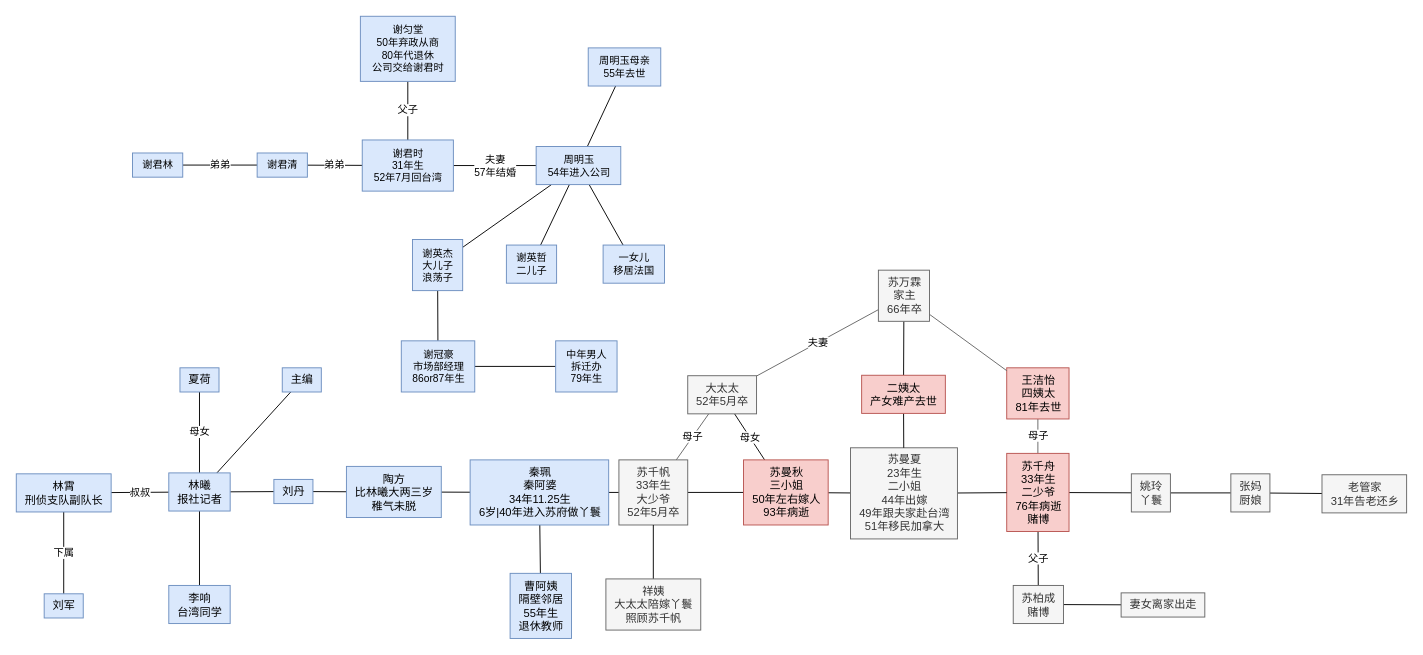
The draw.io diagram page "来易来，去难去" (13 of 13) of 剧本杀人物关系【总图】.drawio in luboq/draw.io, before the edit. Source tidied: cells renumbered, new cells numbered last; positions are measured from the earlier drawing's top-left corner, leaving out a move shared by most shapes. Both pictures are drawn from the tidied source at 93%, with x=0, y=0 at pixel (16, 16).
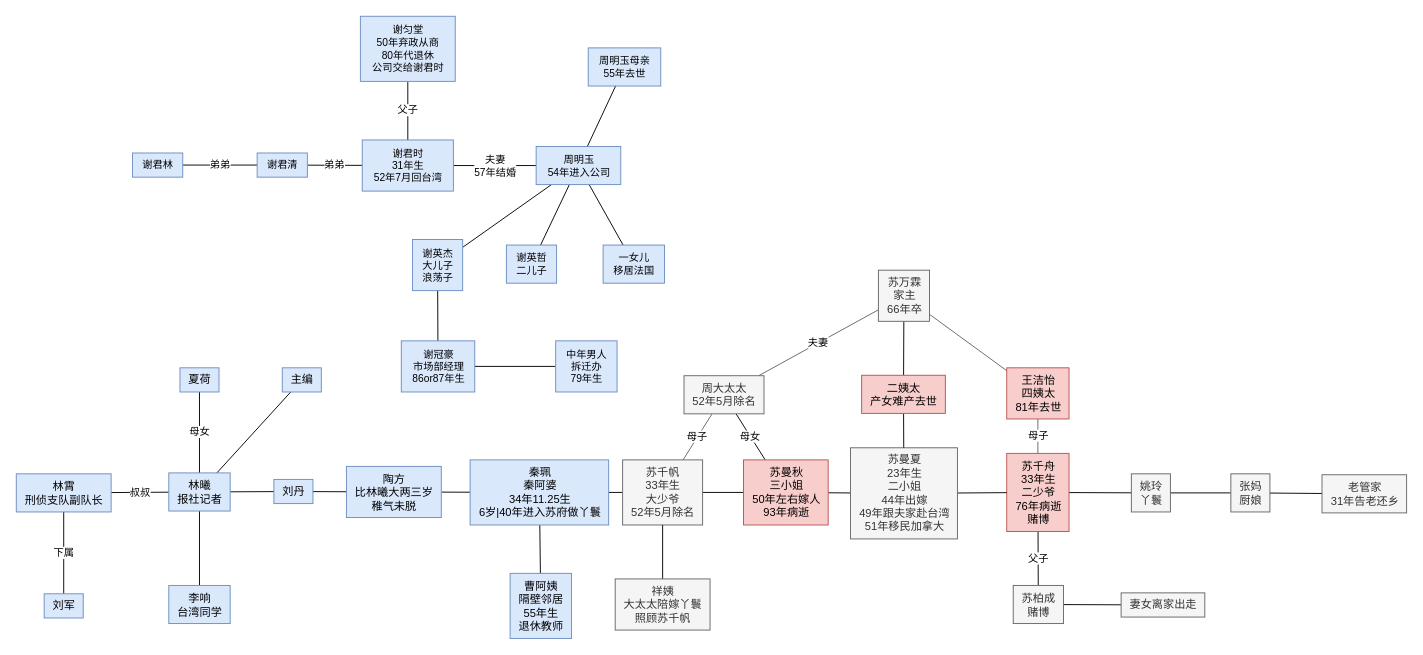
Above is the later version.

Commit message:
更新剧本杀人物关系【总图】.drawio

Change to the diagram source:
```diff
@@
-    <mxCell id="18" value="苏千帆&lt;br&gt;33年生&lt;br&gt;大少爷&lt;br&gt;52年5月卒" style="text;html=1;align=center;verticalAlign=middle;points=[];strokeColor=#666666;fillColor=#f5f5f5;fontColor=#333333;" parent="1" vertex="1">
-      <mxGeometry x="648" y="477" width="74" height="70" as="geometry" />
+    <mxCell id="18" value="苏千帆&lt;br&gt;33年生&lt;br&gt;大少爷&lt;br&gt;52年5月除名" style="text;html=1;align=center;verticalAlign=middle;points=[];strokeColor=#666666;fillColor=#f5f5f5;fontColor=#333333;" parent="1" vertex="1">
+      <mxGeometry x="652" y="477" width="86" height="70" as="geometry" />
     </mxCell>
@@
-    <mxCell id="25" value="大太太&lt;br&gt;52年5月卒" style="text;html=1;align=center;verticalAlign=middle;points=[];strokeColor=#666666;fillColor=#f5f5f5;fontColor=#333333;" parent="1" vertex="1">
-      <mxGeometry x="722" y="386.5" width="74" height="41" as="geometry" />
+    <mxCell id="25" value="周大太太&lt;br&gt;52年5月除名" style="text;html=1;align=center;verticalAlign=middle;points=[];strokeColor=#666666;fillColor=#f5f5f5;fontColor=#333333;" parent="1" vertex="1">
+      <mxGeometry x="718" y="386.5" width="86" height="41" as="geometry" />
     </mxCell>
@@
     <mxCell id="71" value="祥姨&lt;br&gt;大太太陪嫁丫鬟&lt;br&gt;照顾苏千帆" style="text;html=1;align=center;verticalAlign=middle;points=[];strokeColor=#666666;fillColor=#f5f5f5;fontColor=#333333;" parent="1" vertex="1">
-      <mxGeometry x="634" y="605" width="102" height="55" as="geometry" />
+      <mxGeometry x="644" y="605" width="102" height="55" as="geometry" />
     </mxCell>
```
